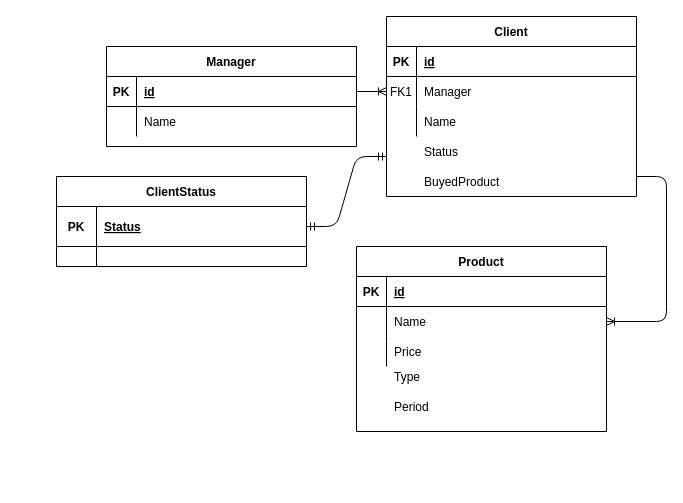
Above: SQL/Untitled Diagram.drawio in hellsmenser/avicomTestChallange (draw.io), before the change. Source tidied: cells renumbered, new cells numbered last; positions are measured from the earlier drawing's top-left corner, leaving out a move shared by most shapes. Both pictures are drawn from the tidied source at 100%, with x=0, y=0 at pixel (56, 16).
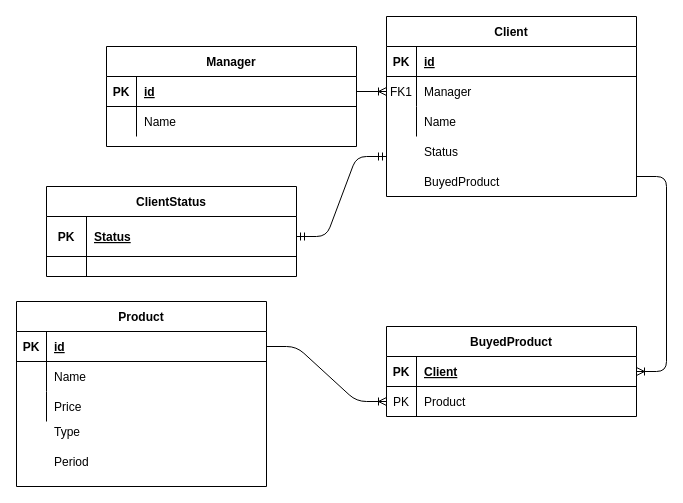
Above is the later version.

Unchanged cells that the change refers to:
```xml
<mxCell id="28" style="shape=partialRectangle;fillColor=none;points=[[0,0.5],[1,0.5]];portConstraint=eastwest;top=0;left=0;right=0;bottom=1;" parent="27" vertex="1">
  <mxGeometry y="30" width="250" height="30" as="geometry" />
</mxCell>
<mxCell id="31" style="shape=partialRectangle;fillColor=none;points=[[0,0.5],[1,0.5]];portConstraint=eastwest;top=0;left=0;right=0;bottom=0;" parent="27" vertex="1">
  <mxGeometry y="60" width="250" height="30" as="geometry" />
</mxCell>
```

The edit, as a diff of the source:
```diff
@@
-    <mxCell id="26" style="group;" parent="1" vertex="1">
-      <mxGeometry x="300" y="230" width="250" height="185" as="geometry" />
-    </mxCell>
+    <mxCell id="47" style="edgeStyle=entityRelationEdgeStyle;fontSize=12;html=1;endArrow=ERmandOne;startArrow=ERmandOne;exitX=1;exitY=0.5;exitDx=0;exitDy=0;" parent="1" edge="1" source="41">
+      <mxGeometry relative="1" as="geometry">
+        <mxPoint x="330" y="140" as="targetPoint" />
+      </mxGeometry>
+    </mxCell>
+    <mxCell id="40" value="ClientStatus" style="shape=table;startSize=30;childLayout=tableLayout;rowLines=0;fontStyle=1;align=center;" parent="1" vertex="1">
+      <mxGeometry x="-10" y="170" width="250" height="90" as="geometry" />
+    </mxCell>
+    <mxCell id="41" style="shape=partialRectangle;fillColor=none;points=[[0,0.5],[1,0.5]];portConstraint=eastwest;top=0;left=0;right=0;bottom=1;" parent="40" vertex="1">
+      <mxGeometry y="30" width="250" height="40" as="geometry" />
+    </mxCell>
+    <mxCell id="42" value="PK" style="shape=partialRectangle;overflow=hidden;fillColor=none;top=0;left=0;bottom=0;right=0;fontStyle=1;" parent="41" vertex="1">
+      <mxGeometry width="40" height="40" as="geometry" />
+    </mxCell>
+    <mxCell id="43" value="Status" style="shape=partialRectangle;overflow=hidden;fillColor=none;top=0;left=0;bottom=0;right=0;align=left;spacingLeft=6;fontStyle=5;" parent="41" vertex="1">
+      <mxGeometry x="40" width="210" height="40" as="geometry" />
+    </mxCell>
+    <mxCell id="44" style="shape=partialRectangle;fillColor=none;top=0;left=0;right=0;bottom=0;" parent="40" vertex="1">
+      <mxGeometry y="70" width="250" height="20" as="geometry" />
+    </mxCell>
+    <mxCell id="45" style="shape=partialRectangle;overflow=hidden;fillColor=none;top=0;left=0;bottom=0;right=0;" parent="44" vertex="1">
+      <mxGeometry width="40" height="20" as="geometry" />
+    </mxCell>
+    <mxCell id="46" style="shape=partialRectangle;overflow=hidden;fillColor=none;top=0;left=0;bottom=0;right=0;align=left;spacingLeft=6;" parent="44" vertex="1">
+      <mxGeometry x="40" width="210" height="20" as="geometry" />
+    </mxCell>
-    <mxCell id="27" value="Product" style="shape=table;startSize=30;childLayout=tableLayout;rowLines=0;fontStyle=1;align=center;" parent="26" vertex="1">
-      <mxGeometry width="250" height="185" as="geometry" />
+    <mxCell id="27" value="Product" style="shape=table;startSize=30;childLayout=tableLayout;rowLines=0;fontStyle=1;align=center;" parent="1" vertex="1">
+      <mxGeometry x="-40" y="285" width="250" height="185" as="geometry" />
     </mxCell>
@@
-    <mxCell id="37" value="Type" style="shape=partialRectangle;overflow=hidden;fillColor=none;top=0;left=0;bottom=0;right=0;align=left;spacingLeft=6;" parent="26" vertex="1">
-      <mxGeometry x="30" y="115" width="220" height="30" as="geometry" />
+    <mxCell id="37" value="Type" style="shape=partialRectangle;overflow=hidden;fillColor=none;top=0;left=0;bottom=0;right=0;align=left;spacingLeft=6;" parent="1" vertex="1">
+      <mxGeometry x="-10" y="400" width="220" height="30" as="geometry" />
     </mxCell>
-    <mxCell id="38" value="Period" style="shape=partialRectangle;overflow=hidden;fillColor=none;top=0;left=0;bottom=0;right=0;align=left;spacingLeft=6;" parent="26" vertex="1">
-      <mxGeometry x="30" y="145" width="220" height="30" as="geometry" />
+    <mxCell id="38" value="Period" style="shape=partialRectangle;overflow=hidden;fillColor=none;top=0;left=0;bottom=0;right=0;align=left;spacingLeft=6;" parent="1" vertex="1">
+      <mxGeometry x="-10" y="430" width="220" height="30" as="geometry" />
     </mxCell>
-    <mxCell id="39" style="group;" parent="1" vertex="1">
-      <mxGeometry y="160" width="250" height="120" as="geometry" />
-    </mxCell>
-    <mxCell id="40" value="ClientStatus" style="shape=table;startSize=30;childLayout=tableLayout;rowLines=0;fontStyle=1;align=center;" parent="39" vertex="1">
-      <mxGeometry width="250" height="90" as="geometry" />
-    </mxCell>
-    <mxCell id="41" style="shape=partialRectangle;fillColor=none;points=[[0,0.5],[1,0.5]];portConstraint=eastwest;top=0;left=0;right=0;bottom=1;" parent="40" vertex="1">
-      <mxGeometry y="30" width="250" height="40" as="geometry" />
-    </mxCell>
-    <mxCell id="42" value="PK" style="shape=partialRectangle;overflow=hidden;fillColor=none;top=0;left=0;bottom=0;right=0;fontStyle=1;" parent="41" vertex="1">
-      <mxGeometry width="40" height="40" as="geometry" />
-    </mxCell>
-    <mxCell id="43" value="Status" style="shape=partialRectangle;overflow=hidden;fillColor=none;top=0;left=0;bottom=0;right=0;align=left;spacingLeft=6;fontStyle=5;" parent="41" vertex="1">
-      <mxGeometry x="40" width="210" height="40" as="geometry" />
-    </mxCell>
-    <mxCell id="44" style="shape=partialRectangle;fillColor=none;top=0;left=0;right=0;bottom=0;" parent="40" vertex="1">
-      <mxGeometry y="70" width="250" height="20" as="geometry" />
-    </mxCell>
-    <mxCell id="45" style="shape=partialRectangle;overflow=hidden;fillColor=none;top=0;left=0;bottom=0;right=0;" parent="44" vertex="1">
-      <mxGeometry width="40" height="20" as="geometry" />
-    </mxCell>
-    <mxCell id="46" style="shape=partialRectangle;overflow=hidden;fillColor=none;top=0;left=0;bottom=0;right=0;align=left;spacingLeft=6;" parent="44" vertex="1">
-      <mxGeometry x="40" width="210" height="20" as="geometry" />
-    </mxCell>
-    <mxCell id="47" style="edgeStyle=entityRelationEdgeStyle;fontSize=12;html=1;endArrow=ERmandOne;startArrow=ERmandOne;exitX=1;exitY=0.5;exitDx=0;exitDy=0;" parent="1" edge="1" source="41">
-      <mxGeometry relative="1" as="geometry">
-        <mxPoint x="330" y="140" as="targetPoint" />
-      </mxGeometry>
-    </mxCell>
-    <mxCell id="48" style="edgeStyle=entityRelationEdgeStyle;fontSize=12;html=1;endArrow=ERoneToMany;entryX=1;entryY=0.5;entryDx=0;entryDy=0;" parent="1" edge="1" target="31">
-      <mxGeometry relative="1" as="geometry">
-        <mxPoint x="580" y="160" as="sourcePoint" />
-      </mxGeometry>
-    </mxCell>
+    <mxCell id="49" style="group;" parent="1" vertex="1">
+      <mxGeometry x="330" y="310" width="250" height="90" as="geometry" />
+    </mxCell>
+    <mxCell id="50" value="BuyedProduct" style="shape=table;startSize=30;childLayout=tableLayout;rowLines=0;fontStyle=1;align=center;" parent="49" vertex="1">
+      <mxGeometry width="250" height="90" as="geometry" />
+    </mxCell>
+    <mxCell id="51" style="shape=partialRectangle;fillColor=none;points=[[0,0.5],[1,0.5]];portConstraint=eastwest;top=0;left=0;right=0;bottom=1;" parent="50" vertex="1">
+      <mxGeometry y="30" width="250" height="30" as="geometry" />
+    </mxCell>
+    <mxCell id="52" value="PK" style="shape=partialRectangle;overflow=hidden;fillColor=none;top=0;left=0;bottom=0;right=0;fontStyle=1;" parent="51" vertex="1">
+      <mxGeometry width="30" height="30" as="geometry" />
+    </mxCell>
+    <mxCell id="53" value="Client" style="shape=partialRectangle;overflow=hidden;fillColor=none;top=0;left=0;bottom=0;right=0;align=left;spacingLeft=6;fontStyle=5;" parent="51" vertex="1">
+      <mxGeometry x="30" width="220" height="30" as="geometry" />
+    </mxCell>
+    <mxCell id="54" style="shape=partialRectangle;fillColor=none;points=[[0,0.5],[1,0.5]];portConstraint=eastwest;top=0;left=0;right=0;bottom=0;" parent="50" vertex="1">
+      <mxGeometry y="60" width="250" height="30" as="geometry" />
+    </mxCell>
+    <mxCell id="55" value="PK" style="shape=partialRectangle;overflow=hidden;fillColor=none;top=0;left=0;bottom=0;right=0;" parent="54" vertex="1">
+      <mxGeometry width="30" height="30" as="geometry" />
+    </mxCell>
+    <mxCell id="56" value="Product" style="shape=partialRectangle;overflow=hidden;fillColor=none;top=0;left=0;bottom=0;right=0;align=left;spacingLeft=6;" parent="54" vertex="1">
+      <mxGeometry x="30" width="220" height="30" as="geometry" />
+    </mxCell>
+    <mxCell id="57" style="shape=partialRectangle;overflow=hidden;fillColor=none;top=0;left=0;bottom=0;right=0;align=left;spacingLeft=6;" parent="49" vertex="1">
+      <mxGeometry x="30" y="55.9" width="220" height="14.6" as="geometry" />
+    </mxCell>
+    <mxCell id="58" style="shape=partialRectangle;overflow=hidden;fillColor=none;top=0;left=0;bottom=0;right=0;align=left;spacingLeft=6;" parent="49" vertex="1">
+      <mxGeometry x="30" y="70.5" width="220" height="14.6" as="geometry" />
+    </mxCell>
+    <mxCell id="59" style="edgeStyle=entityRelationEdgeStyle;fontSize=12;html=1;endArrow=ERoneToMany;entryX=1;entryY=0.5;entryDx=0;entryDy=0;" parent="1" edge="1" target="51">
+      <mxGeometry relative="1" as="geometry">
+        <mxPoint x="580" y="160" as="sourcePoint" />
+      </mxGeometry>
+    </mxCell>
+    <mxCell id="60" style="edgeStyle=entityRelationEdgeStyle;fontSize=12;html=1;endArrow=ERoneToMany;exitX=1;exitY=0.5;exitDx=0;exitDy=0;entryX=0;entryY=0.5;entryDx=0;entryDy=0;" parent="1" edge="1" source="28" target="54">
+      <mxGeometry relative="1" as="geometry" />
+    </mxCell>
```
